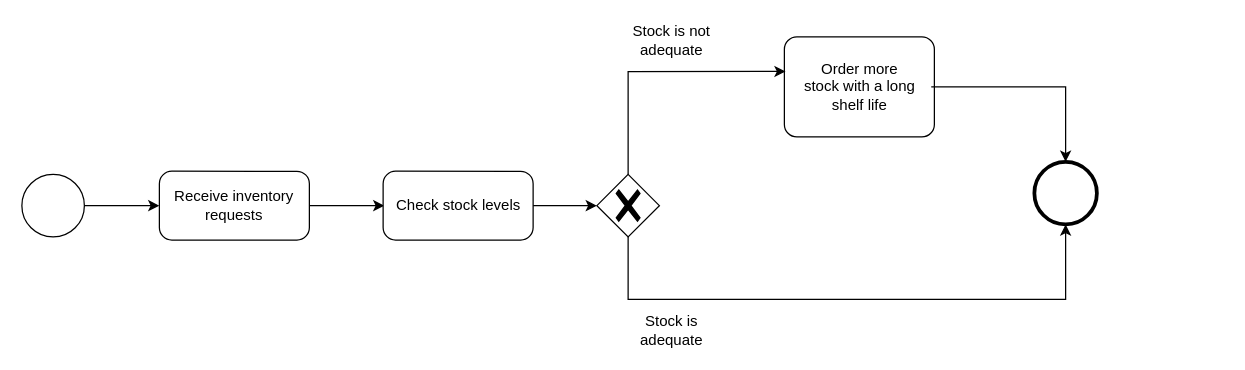
Above: Inventory Control System.drawio in zft666zft/ESA-Assignment (draw.io), before the change. Source tidied: cells renumbered, new cells numbered last; positions are measured from the earlier drawing's top-left corner, leaving out a move shared by most shapes. Both pictures are drawn from the tidied source at 125%, with x=0, y=0 at pixel (21, 21).
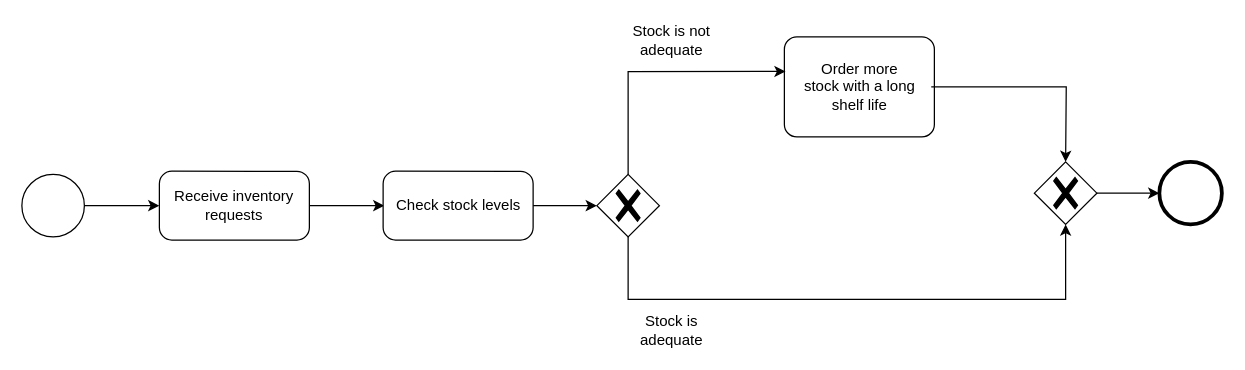
The same page after the edit.

The change refers to these unchanged cells:
```xml
<mxCell id="13" value="Order more stock&amp;nbsp;with a long shelf life" style="text;html=1;align=center;verticalAlign=middle;whiteSpace=wrap;rounded=0;" parent="12" vertex="1">
  <mxGeometry x="2.5" y="18.2" width="115" height="43.6" as="geometry" />
</mxCell>
```

The edit, as a diff of the source:
```diff
@@
-    <mxCell id="3" style="points=[[0.145,0.145,0],[0.5,0,0],[0.855,0.145,0],[1,0.5,0],[0.855,0.855,0],[0.5,1,0],[0.145,0.855,0],[0,0.5,0]];shape=mxgraph.bpmn.event;html=1;verticalLabelPosition=bottom;labelBackgroundColor=#ffffff;verticalAlign=top;align=center;perimeter=ellipsePerimeter;outlineConnect=0;outline=standard;symbol=general;strokeWidth=3;" parent="1" vertex="1">
-      <mxGeometry x="810" y="112" width="50" height="50" as="geometry" />
-    </mxCell>
@@
-    <mxCell id="8" style="edgeStyle=orthogonalEdgeStyle;rounded=0;jettySize=auto;html=1;exitX=0.5;exitY=1;exitDx=0;exitDy=0;exitPerimeter=0;entryX=0.5;entryY=1;entryDx=0;entryDy=0;entryPerimeter=0;" parent="1" edge="1" target="3">
+    <mxCell id="8" style="edgeStyle=orthogonalEdgeStyle;rounded=0;orthogonalLoop=1;jettySize=auto;html=1;exitX=0.5;exitY=1;exitDx=0;exitDy=0;exitPerimeter=0;entryX=0.5;entryY=1;entryDx=0;entryDy=0;entryPerimeter=0;" parent="1" edge="1">
       <mxGeometry relative="1" as="geometry">
         <mxPoint x="485" y="172" as="sourcePoint" />
+        <mxPoint x="835" y="162" as="targetPoint" />
         <Array as="points">
           <mxPoint x="485" y="222" />
           <mxPoint x="835" y="222" />
         </Array>
       </mxGeometry>
     </mxCell>
@@
-    <mxCell id="17" style="edgeStyle=orthogonalEdgeStyle;rounded=0;jettySize=auto;html=1;entryX=0.5;entryY=0;entryDx=0;entryDy=0;entryPerimeter=0;" parent="1" edge="1" source="13" target="3">
-      <mxGeometry relative="1" as="geometry" />
+    <mxCell id="17" style="edgeStyle=orthogonalEdgeStyle;rounded=0;jettySize=auto;html=1;entryX=0.5;entryY=0;entryDx=0;entryDy=0;entryPerimeter=0;" parent="1" edge="1" source="13">
+      <mxGeometry relative="1" as="geometry">
+        <mxPoint x="835" y="112" as="targetPoint" />
+      </mxGeometry>
     </mxCell>
@@
+    <mxCell id="19" style="points=[[0.145,0.145,0],[0.5,0,0],[0.855,0.145,0],[1,0.5,0],[0.855,0.855,0],[0.5,1,0],[0.145,0.855,0],[0,0.5,0]];shape=mxgraph.bpmn.event;html=1;verticalLabelPosition=bottom;labelBackgroundColor=#ffffff;verticalAlign=top;align=center;perimeter=ellipsePerimeter;outlineConnect=0;outline=standard;symbol=general;strokeWidth=3;" parent="1" vertex="1">
+      <mxGeometry x="910" y="112" width="50" height="50" as="geometry" />
+    </mxCell>
+    <mxCell id="20" style="edgeStyle=orthogonalEdgeStyle;rounded=0;jettySize=auto;html=1;" parent="1" edge="1" source="21" target="19">
+      <mxGeometry relative="1" as="geometry" />
+    </mxCell>
+    <mxCell id="21" style="points=[[0.25,0.25,0],[0.5,0,0],[0.75,0.25,0],[1,0.5,0],[0.75,0.75,0],[0.5,1,0],[0.25,0.75,0],[0,0.5,0]];shape=mxgraph.bpmn.gateway2;html=1;verticalLabelPosition=bottom;labelBackgroundColor=#ffffff;verticalAlign=top;align=center;perimeter=rhombusPerimeter;outlineConnect=0;outline=none;symbol=none;gwType=exclusive;" parent="1" vertex="1">
+      <mxGeometry x="810" y="112" width="50" height="50" as="geometry" />
+    </mxCell>
```
